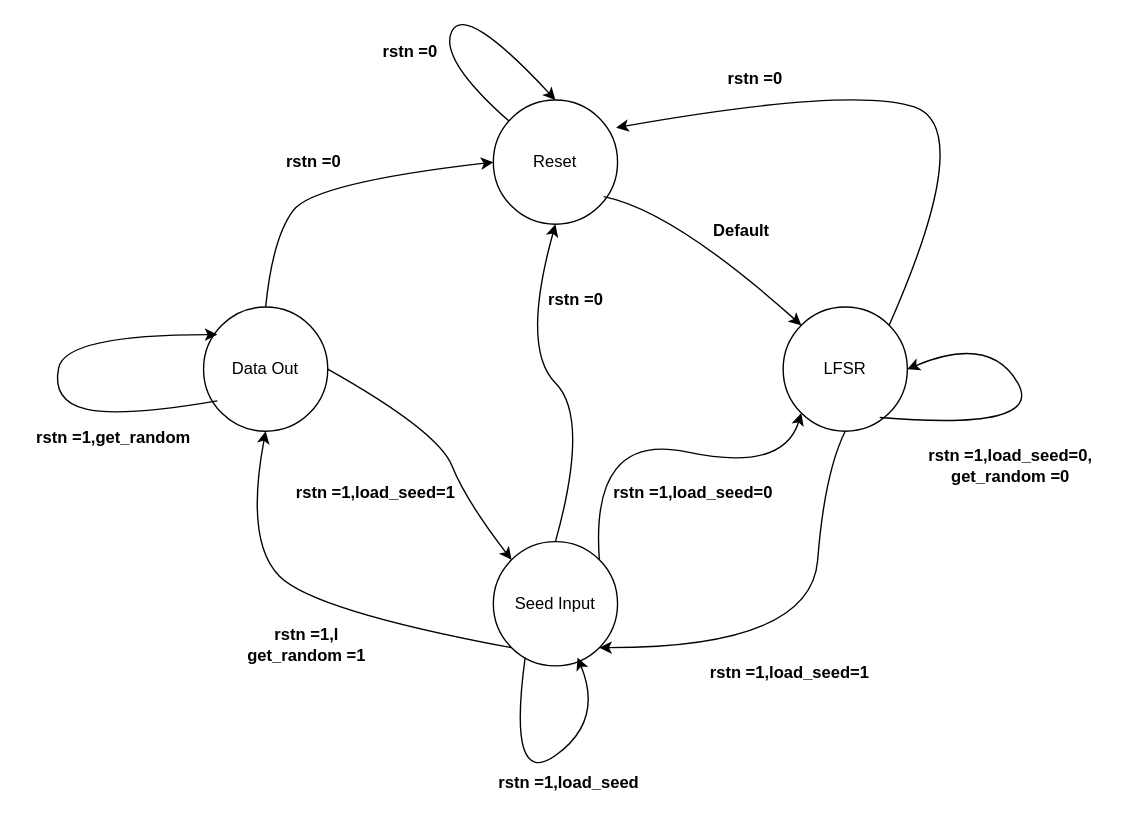
Before: FSM.drawio in UmeshDeshmukh/Advanced_Hardware_Design_ECE_GY_6463, a draw.io diagram. Source tidied: cells renumbered, new cells numbered last; positions are measured from the earlier drawing's top-left corner, leaving out a move shared by most shapes. Both pictures are drawn from the tidied source at 138%, with x=0, y=0 at pixel (23, 3).
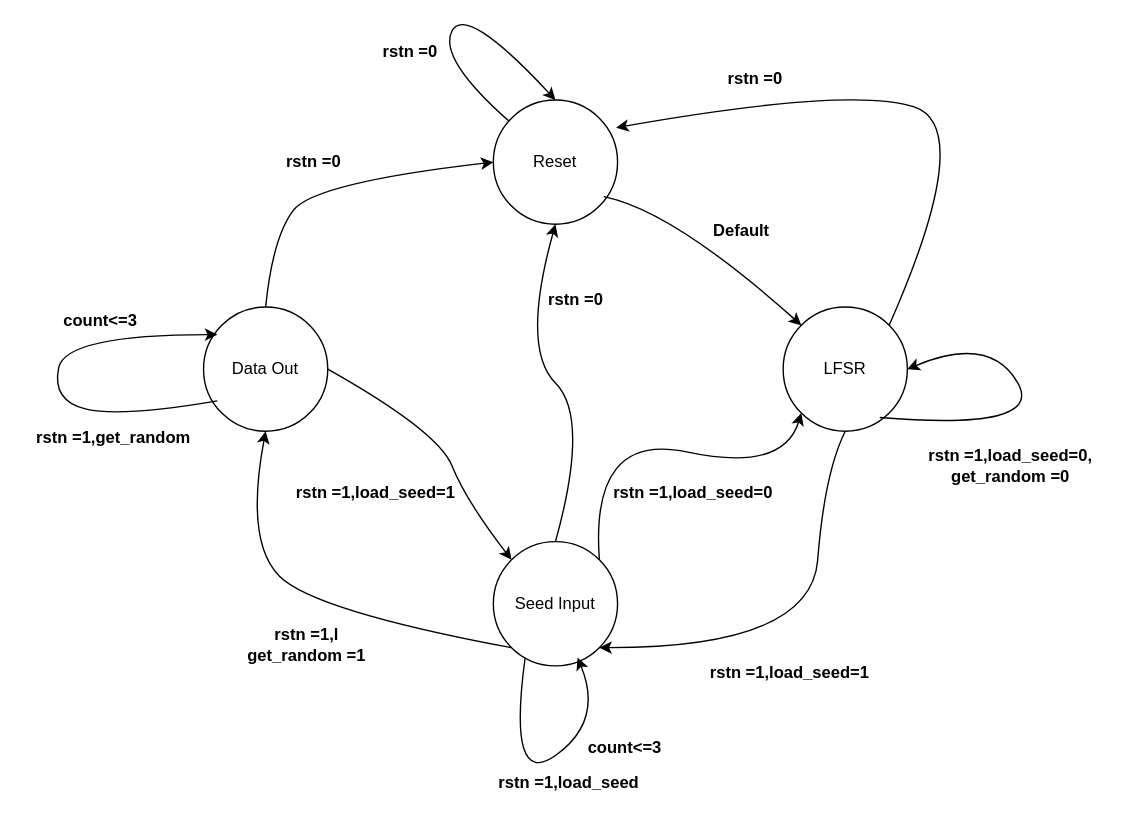
After the change.

What changed in the source:
```diff
@@
+    <mxCell id="31" value="&lt;b&gt;count&amp;lt;=3&lt;/b&gt;" style="text;html=1;align=center;verticalAlign=middle;strokeColor=none;fillColor=none;" parent="1" vertex="1">
+      <mxGeometry x="400" y="530" width="70" height="20" as="geometry" />
+    </mxCell>
+    <mxCell id="32" value="&lt;b&gt;count&amp;lt;=3&lt;/b&gt;" style="text;html=1;align=center;verticalAlign=middle;strokeColor=none;fillColor=none;" parent="1" vertex="1">
+      <mxGeometry x="20" y="220" width="70" height="20" as="geometry" />
+    </mxCell>
```
